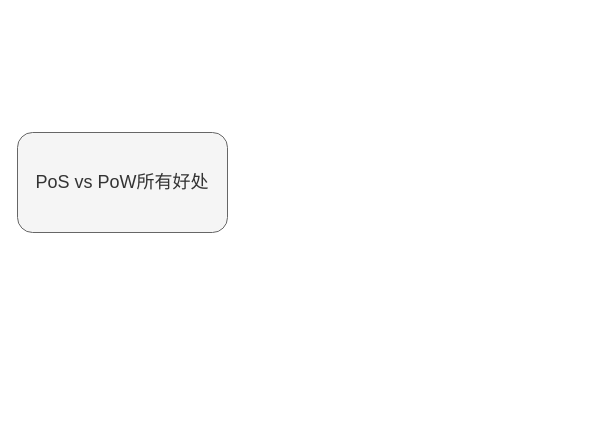
0xyicheng/a-research-diagram keeps this draw.io diagram as ethereum-research/POS vs POW & vb 2020.drawio. Above is the earlier version. Source tidied: cells renumbered, new cells numbered last; positions are measured from the earlier drawing's top-left corner, leaving out a move shared by most shapes. Both pictures are drawn from the tidied source at 100%, with x=0, y=0 at pixel (17, 132).
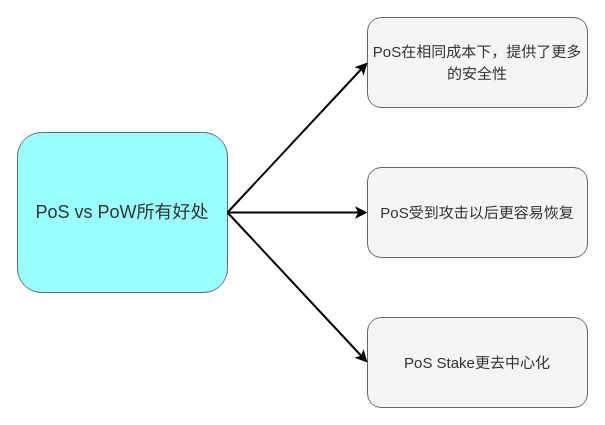
After the change.

Diff of the diagram source:
```diff
@@
 <mxGraphModel>
   <root>
     <mxCell id="0" />
     <mxCell id="1" parent="0" />
-    <mxCell id="2" value="&lt;font style=&quot;font-size: 18px;&quot;&gt;PoS vs PoW所有好处&lt;/font&gt;" style="rounded=1;whiteSpace=wrap;html=1;fillColor=#f5f5f5;fontColor=#333333;strokeColor=#666666;" parent="1" vertex="1">
-      <mxGeometry width="210" height="100" as="geometry" />
+    <mxCell id="2" value="&lt;font style=&quot;font-size: 18px;&quot;&gt;PoS vs PoW所有好处&lt;/font&gt;" style="rounded=1;whiteSpace=wrap;html=1;fillColor=#99FFFF;fontColor=#333333;strokeColor=#666666;" parent="1" vertex="1">
+      <mxGeometry width="210" height="160" as="geometry" />
     </mxCell>
+    <mxCell id="3" value="&lt;font style=&quot;font-size: 15px;&quot;&gt;PoS在相同成本下，提供了更多的安全性&lt;/font&gt;" style="rounded=1;whiteSpace=wrap;html=1;fontSize=18;fillColor=#f5f5f5;strokeColor=#666666;fontColor=#333333;" parent="1" vertex="1">
+      <mxGeometry x="350" y="-115" width="220" height="90" as="geometry" />
+    </mxCell>
+    <mxCell id="4" value="&lt;font style=&quot;font-size: 15px;&quot;&gt;PoS受到攻击以后更容易恢复&lt;/font&gt;" style="rounded=1;whiteSpace=wrap;html=1;fontSize=18;fillColor=#f5f5f5;strokeColor=#666666;fontColor=#333333;" parent="1" vertex="1">
+      <mxGeometry x="350" y="35" width="220" height="90" as="geometry" />
+    </mxCell>
+    <mxCell id="5" value="&lt;font style=&quot;font-size: 15px;&quot;&gt;PoS Stake更去中心化&lt;/font&gt;" style="rounded=1;whiteSpace=wrap;html=1;fontSize=18;fillColor=#f5f5f5;strokeColor=#666666;fontColor=#333333;" parent="1" vertex="1">
+      <mxGeometry x="350" y="185" width="220" height="90" as="geometry" />
+    </mxCell>
+    <mxCell id="6" style="endArrow=classic;html=1;rounded=0;fontSize=15;exitX=1;exitY=0.5;exitDx=0;exitDy=0;strokeWidth=2;entryX=0;entryY=0.5;entryDx=0;entryDy=0;" parent="1" edge="1" source="2" target="3">
+      <mxGeometry relative="1" as="geometry" />
+    </mxCell>
+    <mxCell id="7" style="endArrow=classic;html=1;rounded=0;fontSize=15;exitX=1;exitY=0.5;exitDx=0;exitDy=0;strokeWidth=2;entryX=0;entryY=0.5;entryDx=0;entryDy=0;" parent="1" edge="1" source="2" target="4">
+      <mxGeometry relative="1" as="geometry" />
+    </mxCell>
+    <mxCell id="8" style="endArrow=classic;html=1;rounded=0;fontSize=15;exitX=1;exitY=0.5;exitDx=0;exitDy=0;strokeWidth=2;entryX=0;entryY=0.5;entryDx=0;entryDy=0;" parent="1" edge="1" source="2" target="5">
+      <mxGeometry relative="1" as="geometry" />
+    </mxCell>
   </root>
 </mxGraphModel>
```
